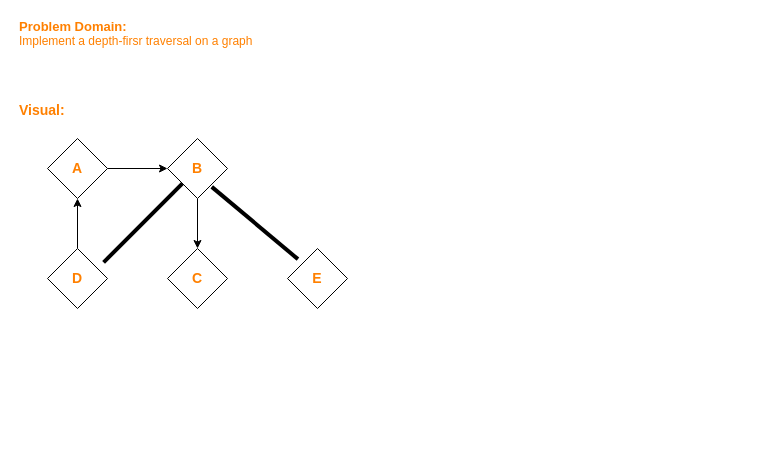
Earlier version of the draw.io diagram challenges/depth_first/depthfirst.drawio (Bhattb2/data-structures-and-algorithms-python). Source tidied: cells renumbered, new cells numbered last; positions are measured from the earlier drawing's top-left corner, leaving out a move shared by most shapes. Both pictures are drawn from the tidied source at 100%, with x=0, y=0 at pixel (17, 18).
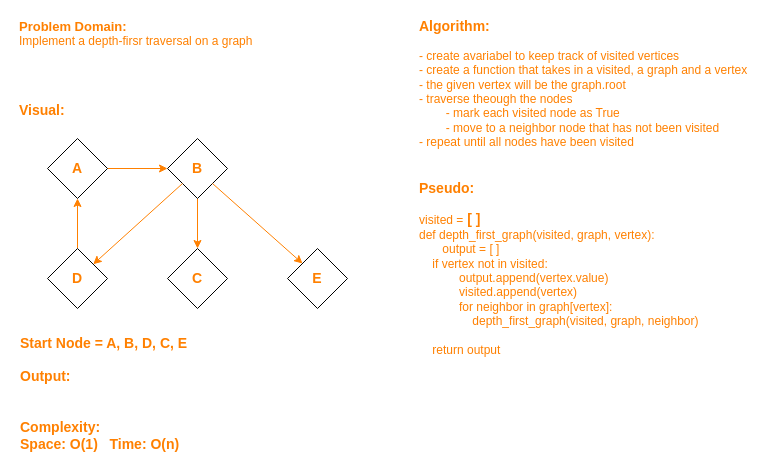
The same diagram, later.

Change to the diagram source:
```diff
@@
 <mxGraphModel>
   <root>
     <mxCell id="0" />
     <mxCell id="1" parent="0" />
     <mxCell id="2" value="&lt;font color=&quot;#ff8000&quot;&gt;&lt;span style=&quot;font-weight: bold ; font-size: 13px&quot;&gt;Problem Domain:&lt;/span&gt;&lt;br&gt;&lt;font style=&quot;font-size: 12px&quot;&gt;Implement a depth-firsr traversal on a graph&lt;/font&gt;&lt;br&gt;&lt;/font&gt;" style="text;html=1;align=left;verticalAlign=middle;" parent="1" vertex="1">
       <mxGeometry width="250" height="30" as="geometry" />
     </mxCell>
     <mxCell id="3" value="&lt;b&gt;&lt;font style=&quot;font-size: 14px&quot; color=&quot;#ff8000&quot;&gt;Visual:&lt;br&gt;&lt;br&gt;&lt;/font&gt;&lt;/b&gt;" style="text;html=1;align=left;verticalAlign=middle;" parent="1" vertex="1">
       <mxGeometry y="80" width="60" height="40" as="geometry" />
     </mxCell>
-    <mxCell id="4" style="edgeStyle=orthogonalEdgeStyle;rounded=0;jettySize=auto;html=1;" parent="1" edge="1" source="5" target="7">
+    <mxCell id="4" style="edgeStyle=orthogonalEdgeStyle;rounded=0;jettySize=auto;html=1;strokeColor=#FF8000;" parent="1" edge="1" source="5" target="7">
       <mxGeometry relative="1" as="geometry" />
     </mxCell>
     <mxCell id="5" value="&lt;font color=&quot;#ff8000&quot; size=&quot;1&quot;&gt;&lt;b style=&quot;font-size: 14px&quot;&gt;A&lt;/b&gt;&lt;/font&gt;" style="rhombus;whiteSpace=wrap;html=1;" parent="1" vertex="1">
       <mxGeometry x="30" y="120" width="60" height="60" as="geometry" />
     </mxCell>
-    <mxCell id="6" style="edgeStyle=orthogonalEdgeStyle;rounded=0;jettySize=auto;html=1;" parent="1" edge="1" source="7" target="8">
+    <mxCell id="6" style="edgeStyle=orthogonalEdgeStyle;rounded=0;jettySize=auto;html=1;strokeColor=#FF8000;" parent="1" edge="1" source="7" target="8">
       <mxGeometry relative="1" as="geometry" />
     </mxCell>
     <mxCell id="7" value="&lt;b style=&quot;font-size: 14px&quot;&gt;&lt;font color=&quot;#ff8000&quot;&gt;B&lt;/font&gt;&lt;/b&gt;" style="rhombus;whiteSpace=wrap;html=1;" parent="1" vertex="1">
       <mxGeometry x="150" y="120" width="60" height="60" as="geometry" />
     </mxCell>
     <mxCell id="8" value="&lt;b&gt;&lt;font style=&quot;font-size: 14px&quot; color=&quot;#ff8000&quot;&gt;C&lt;/font&gt;&lt;/b&gt;" style="rhombus;whiteSpace=wrap;html=1;" parent="1" vertex="1">
       <mxGeometry x="150" y="230" width="60" height="60" as="geometry" />
     </mxCell>
-    <mxCell id="9" style="edgeStyle=orthogonalEdgeStyle;rounded=0;jettySize=auto;html=1;" parent="1" edge="1" source="10" target="5">
+    <mxCell id="9" style="edgeStyle=orthogonalEdgeStyle;rounded=0;jettySize=auto;html=1;strokeColor=#FF8000;" parent="1" edge="1" source="10" target="5">
       <mxGeometry relative="1" as="geometry" />
     </mxCell>
     <mxCell id="10" value="&lt;font style=&quot;font-size: 14px&quot; color=&quot;#ff8000&quot;&gt;&lt;b&gt;D&lt;/b&gt;&lt;/font&gt;" style="rhombus;whiteSpace=wrap;html=1;" parent="1" vertex="1">
       <mxGeometry x="30" y="230" width="60" height="60" as="geometry" />
     </mxCell>
     <mxCell id="11" value="&lt;b&gt;&lt;font style=&quot;font-size: 14px&quot; color=&quot;#ff8000&quot;&gt;E&lt;/font&gt;&lt;/b&gt;" style="rhombus;whiteSpace=wrap;html=1;" parent="1" vertex="1">
       <mxGeometry x="270" y="230" width="60" height="60" as="geometry" />
     </mxCell>
-    <mxCell id="12" style="line;strokeWidth=4;html=1;perimeter=backbonePerimeter;rotation=-45;" parent="1" vertex="1">
-      <mxGeometry x="69.8" y="199.5" width="111.3" height="10" as="geometry" />
-    </mxCell>
-    <mxCell id="13" style="line;strokeWidth=4;html=1;perimeter=backbonePerimeter;rotation=-140;" parent="1" vertex="1">
-      <mxGeometry x="181.1" y="199.5" width="112.5" height="10" as="geometry" />
-    </mxCell>
+    <mxCell id="14" value="&lt;b&gt;&lt;font style=&quot;font-size: 14px&quot; color=&quot;#ff8000&quot;&gt;Start Node = A, B, D, C, E&lt;br&gt;&lt;br&gt;Output:&lt;br&gt;&lt;br&gt;&lt;br&gt;Complexity:&lt;br&gt;Space: O(1)&amp;nbsp; &amp;nbsp;Time: O(n)&lt;br&gt;&lt;/font&gt;&lt;/b&gt;" style="text;html=1;align=left;verticalAlign=middle;" parent="1" vertex="1">
+      <mxGeometry x="1.1" y="320" width="180" height="110" as="geometry" />
+    </mxCell>
+    <mxCell id="15" style="endArrow=classic;html=1;exitX=0;exitY=1;exitDx=0;exitDy=0;strokeColor=#FF8000;" parent="1" edge="1" source="7" target="10">
+      <mxGeometry relative="1" as="geometry" />
+    </mxCell>
+    <mxCell id="16" style="endArrow=classic;html=1;entryX=0;entryY=0;entryDx=0;entryDy=0;exitX=1;exitY=1;exitDx=0;exitDy=0;strokeColor=#FF8000;" parent="1" edge="1" source="7" target="11">
+      <mxGeometry relative="1" as="geometry" />
+    </mxCell>
+    <mxCell id="17" value="&lt;b&gt;&lt;font style=&quot;font-size: 14px&quot; color=&quot;#ff8000&quot;&gt;Algorithm:&lt;br&gt;&lt;/font&gt;&lt;/b&gt;&lt;br&gt;&lt;font color=&quot;#ff8000&quot;&gt;- create avariabel to keep track of visited vertices&lt;br&gt;- create a function that takes in a visited, a graph and a vertex&lt;br&gt;- the given vertex will be the graph.root&lt;br&gt;- traverse theough the nodes&lt;br&gt;&amp;nbsp; &amp;nbsp; &amp;nbsp; &amp;nbsp; - mark each visited node as True&lt;br&gt;&amp;nbsp; &amp;nbsp; &amp;nbsp; &amp;nbsp; - move to a neighbor node that has not been visited&lt;br&gt;- repeat until all nodes have been visited&lt;br&gt;&lt;/font&gt;" style="text;html=1;align=left;verticalAlign=middle;" parent="1" vertex="1">
+      <mxGeometry x="400" width="340" height="130" as="geometry" />
+    </mxCell>
+    <mxCell id="18" value="&lt;font color=&quot;#ff8000&quot;&gt;&lt;b style=&quot;font-size: 14px&quot;&gt;Pseudo:&lt;/b&gt;&lt;br&gt;&lt;br&gt;&lt;font style=&quot;font-size: 12px&quot;&gt;visited =&lt;/font&gt;&lt;b style=&quot;font-size: 14px&quot;&gt;&amp;nbsp;[ ]&lt;br&gt;&lt;/b&gt;def depth_first_graph(visited, graph, vertex):&lt;br&gt;&amp;nbsp; &amp;nbsp; &amp;nbsp; &amp;nbsp;output = [ ]&lt;br&gt;&amp;nbsp; &amp;nbsp; if vertex not in visited:&lt;br&gt;&amp;nbsp; &amp;nbsp; &amp;nbsp; &amp;nbsp; &amp;nbsp; &amp;nbsp; output.append(vertex.value)&lt;br&gt;&amp;nbsp; &amp;nbsp; &amp;nbsp; &amp;nbsp; &amp;nbsp; &amp;nbsp; visited.append(vertex)&lt;br&gt;&amp;nbsp; &amp;nbsp; &amp;nbsp; &amp;nbsp; &amp;nbsp; &amp;nbsp; for neighbor in graph[vertex]:&lt;br&gt;&amp;nbsp; &amp;nbsp; &amp;nbsp; &amp;nbsp; &amp;nbsp; &amp;nbsp; &amp;nbsp; &amp;nbsp; depth_first_graph(visited, graph, neighbor)&lt;br&gt;&amp;nbsp; &amp;nbsp; &lt;br&gt;&amp;nbsp; &amp;nbsp; return output&lt;br&gt;&lt;/font&gt;" style="text;html=1;align=left;verticalAlign=middle;" parent="1" vertex="1">
+      <mxGeometry x="400" y="160" width="290" height="180" as="geometry" />
+    </mxCell>
   </root>
 </mxGraphModel>
```
